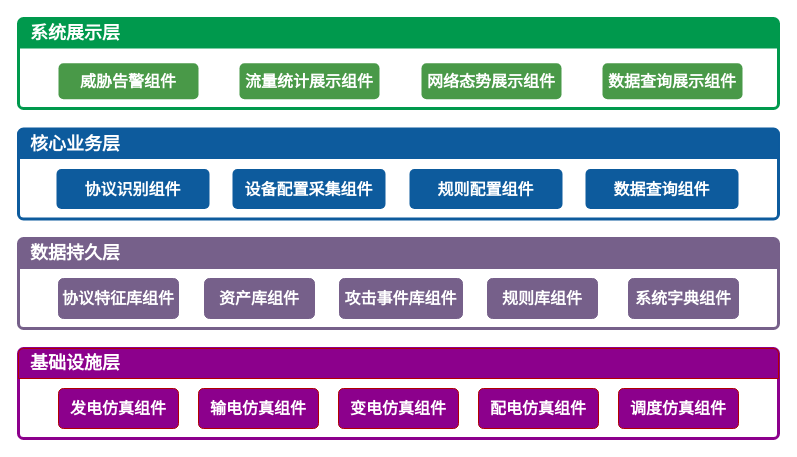
This is page "入侵检测" (3 of 4) of 组件关联.drawio from ytwei72/drawio, a draw.io file, before an edit. Source tidied: cells renumbered, new cells numbered last; positions are measured from the earlier drawing's top-left corner, leaving out a move shared by most shapes. Both pictures are drawn from the tidied source at 100%, with x=0, y=0 at pixel (18, 18).
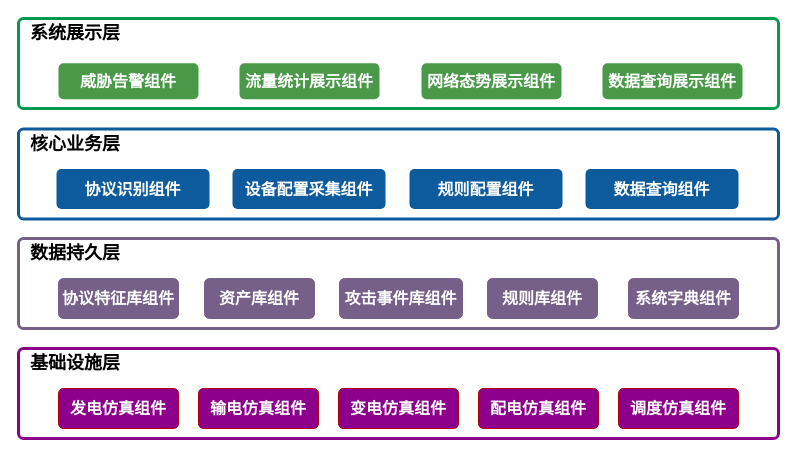
The same diagram, later.

The change refers to these unchanged cells:
```xml
<mxCell id="2" style="html=1;shadow=0;dashed=0;shape=mxgraph.bootstrap.rrect;align=center;rSize=5;strokeColor=#00994D;fontColor=#f0f0f0;spacingTop=30;whiteSpace=wrap;fillColor=none;strokeWidth=3;" parent="1" vertex="1">
  <mxGeometry width="760" height="90" as="geometry" />
</mxCell>
<mxCell id="8" style="html=1;shadow=0;dashed=0;shape=mxgraph.bootstrap.rrect;align=center;rSize=5;strokeColor=#0D5B9D;fontColor=#f0f0f0;spacingTop=30;whiteSpace=wrap;fillColor=none;strokeWidth=3;" parent="1" vertex="1">
  <mxGeometry y="110.5" width="760" height="90" as="geometry" />
</mxCell>
<mxCell id="14" style="html=1;shadow=0;dashed=0;shape=mxgraph.bootstrap.rrect;align=center;rSize=5;strokeColor=#76608A;fontColor=#f0f0f0;spacingTop=30;whiteSpace=wrap;fillColor=none;strokeWidth=3;" parent="1" vertex="1">
  <mxGeometry y="220" width="760" height="90" as="geometry" />
</mxCell>
<mxCell id="21" style="html=1;shadow=0;dashed=0;shape=mxgraph.bootstrap.rrect;align=center;rSize=5;strokeColor=#8C008C;fontColor=#f0f0f0;spacingTop=30;whiteSpace=wrap;fillColor=none;strokeWidth=3;" parent="1" vertex="1">
  <mxGeometry y="330" width="760" height="90" as="geometry" />
</mxCell>
```

What changed in the source:
```diff
@@
-    <mxCell id="3" value="系统展示层" style="html=1;shadow=0;dashed=0;shape=mxgraph.bootstrap.topButton;rSize=5;strokeColor=none;fillColor=#00994D;fontColor=#FFFFFF;fontSize=18;fontStyle=1;align=left;spacingLeft=10;whiteSpace=wrap;" parent="2" vertex="1">
+    <mxCell id="3" value="系统展示层" style="html=1;shadow=0;dashed=0;shape=mxgraph.bootstrap.topButton;rSize=5;strokeColor=none;fillColor=none;fontColor=#000000;fontSize=18;fontStyle=1;align=left;spacingLeft=10;whiteSpace=wrap;" parent="2" vertex="1">
       <mxGeometry width="760" height="30" relative="1" as="geometry" />
     </mxCell>
@@
-    <mxCell id="9" value="核心业务层" style="html=1;shadow=0;dashed=0;shape=mxgraph.bootstrap.topButton;rSize=5;strokeColor=none;fillColor=#0D5B9D;fontColor=#FFFFFF;fontSize=18;fontStyle=1;align=left;spacingLeft=10;whiteSpace=wrap;" parent="8" vertex="1">
+    <mxCell id="9" value="核心业务层" style="html=1;shadow=0;dashed=0;shape=mxgraph.bootstrap.topButton;rSize=5;strokeColor=none;fillColor=none;fontColor=#000000;fontSize=18;fontStyle=1;align=left;spacingLeft=10;whiteSpace=wrap;" parent="8" vertex="1">
       <mxGeometry width="760" height="30" relative="1" as="geometry" />
     </mxCell>
@@
-    <mxCell id="15" value="数据持久层" style="html=1;shadow=0;dashed=0;shape=mxgraph.bootstrap.topButton;rSize=5;strokeColor=#76608A;fillColor=#76608A;fontColor=#ffffff;fontSize=18;fontStyle=1;align=left;spacingLeft=10;whiteSpace=wrap;" parent="14" vertex="1">
+    <mxCell id="15" value="数据持久层" style="html=1;shadow=0;dashed=0;shape=mxgraph.bootstrap.topButton;rSize=5;strokeColor=none;fillColor=none;fontColor=#000000;fontSize=18;fontStyle=1;align=left;spacingLeft=10;whiteSpace=wrap;" parent="14" vertex="1">
       <mxGeometry width="760" height="30" relative="1" as="geometry" />
     </mxCell>
@@
-    <mxCell id="22" value="基础设施层" style="html=1;shadow=0;dashed=0;shape=mxgraph.bootstrap.topButton;rSize=5;strokeColor=#B20000;fillColor=#8C008C;fontColor=#ffffff;fontSize=18;fontStyle=1;align=left;spacingLeft=10;whiteSpace=wrap;" parent="21" vertex="1">
+    <mxCell id="22" value="基础设施层" style="html=1;shadow=0;dashed=0;shape=mxgraph.bootstrap.topButton;rSize=5;strokeColor=none;fillColor=none;fontColor=#000000;fontSize=18;fontStyle=1;align=left;spacingLeft=10;whiteSpace=wrap;" parent="21" vertex="1">
       <mxGeometry width="760" height="30" relative="1" as="geometry" />
     </mxCell>
```
